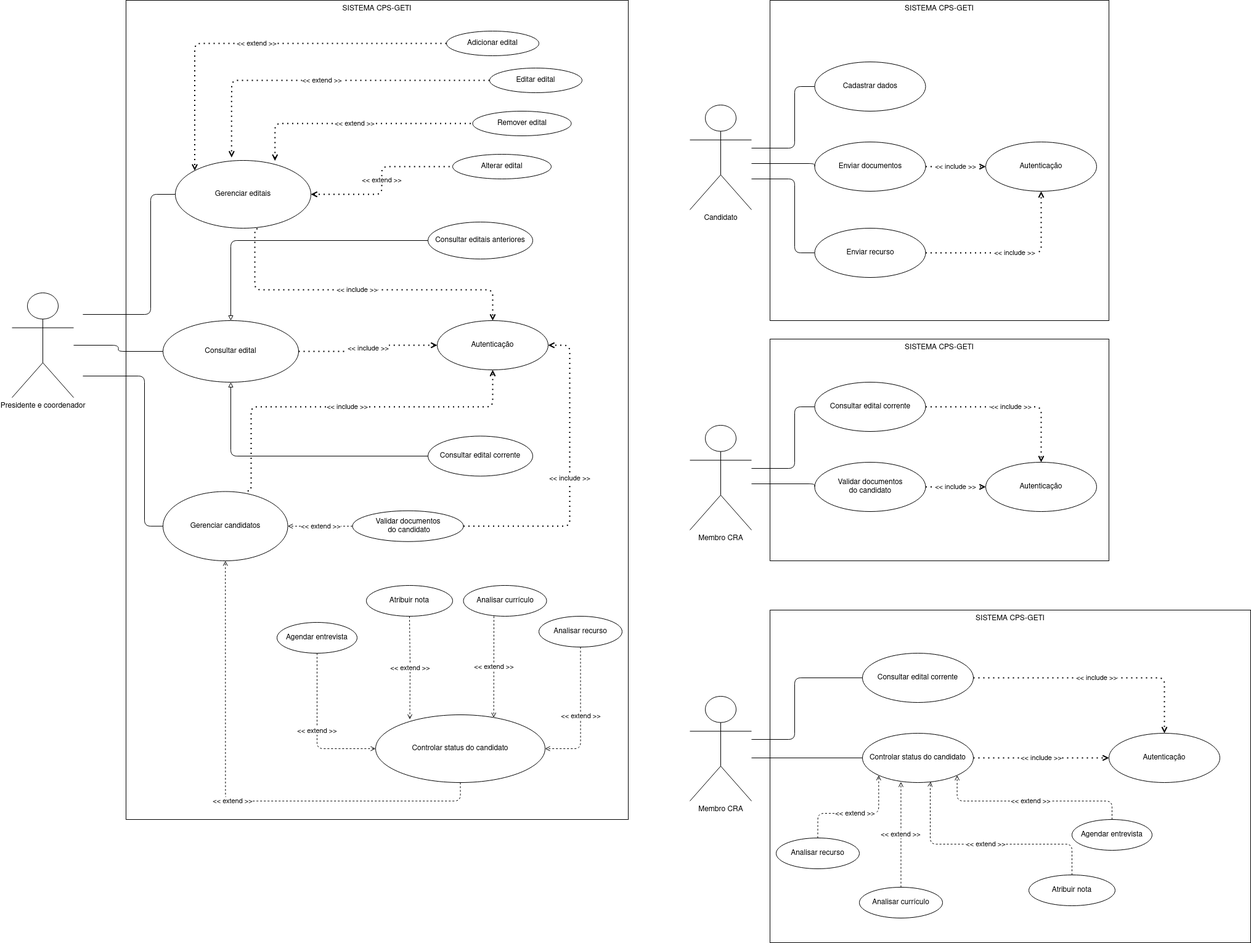
Piton-Fatec/cps-geti keeps this draw.io diagram as diagrams/use-case.png. Above is the earlier version. Source tidied: cells renumbered, new cells last; positions are measured from the earlier drawing's top-left corner, leaving out a move shared by most shapes.
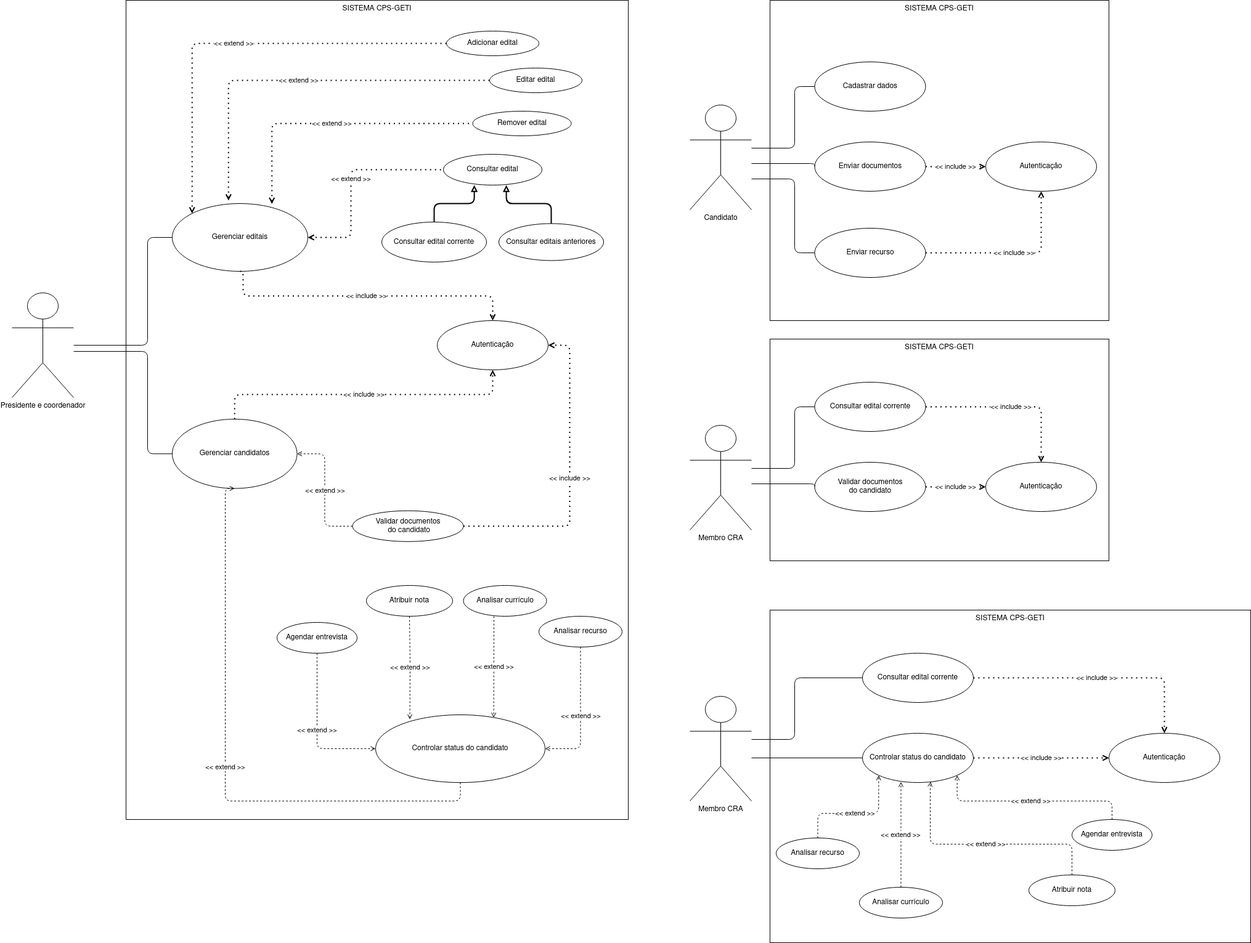
After the change.

Commit message:
requisitos funcionais e não funcionais

Diff of the diagram source:
```diff
@@ -15,7 +15,7 @@
       <mxGeometry y="475" width="100" height="170" as="geometry" />
     </mxCell>
     <mxCell id="6" value="&lt;div&gt;Gerenciar editais&lt;/div&gt;" style="ellipse;whiteSpace=wrap;html=1;" parent="1" vertex="1">
-      <mxGeometry x="265" y="260" width="220" height="110" as="geometry" />
+      <mxGeometry x="260" y="330" width="220" height="110" as="geometry" />
     </mxCell>
     <mxCell id="7" value="Editar edital" style="ellipse;whiteSpace=wrap;html=1;" parent="1" vertex="1">
       <mxGeometry x="775" y="110" width="150" height="40" as="geometry" />
@@ -23,17 +23,8 @@
     <mxCell id="8" value="Remover edital" style="ellipse;whiteSpace=wrap;html=1;" parent="1" vertex="1">
       <mxGeometry x="747.5" y="180" width="160" height="40" as="geometry" />
     </mxCell>
-    <mxCell id="9" style="endArrow=none;html=1;entryX=0;entryY=0.5;entryDx=0;entryDy=0;edgeStyle=orthogonalEdgeStyle;" parent="1" edge="1" target="6">
-      <mxGeometry relative="1" as="geometry">
-        <mxPoint x="115" y="510" as="sourcePoint" />
-        <Array as="points">
-          <mxPoint x="225" y="510" />
-          <mxPoint x="225" y="315" />
-        </Array>
-      </mxGeometry>
-    </mxCell>
     <mxCell id="10" value="&lt;div&gt;Consultar edital&lt;/div&gt;" style="ellipse;whiteSpace=wrap;html=1;" parent="1" vertex="1">
-      <mxGeometry x="245" y="520" width="220" height="100" as="geometry" />
+      <mxGeometry x="700" y="250" width="160" height="50" as="geometry" />
     </mxCell>
     <mxCell id="11" value="&lt;div&gt;Validar documentos&lt;/div&gt;&amp;nbsp;do candidato" style="ellipse;whiteSpace=wrap;html=1;" parent="1" vertex="1">
       <mxGeometry x="552.5" y="828.8" width="180" height="50" as="geometry" />
@@ -44,33 +35,14 @@
     <mxCell id="13" value="&amp;lt;&amp;lt; extend &amp;gt;&amp;gt;" style="endArrow=none;dashed=1;html=1;dashPattern=1 3;strokeWidth=2;entryX=0;entryY=0.5;entryDx=0;entryDy=0;exitX=0.735;exitY=0.005;exitDx=0;exitDy=0;endFill=0;startArrow=open;startFill=0;edgeStyle=orthogonalEdgeStyle;exitPerimeter=0;" parent="1" edge="1" source="6" target="8">
       <mxGeometry relative="1" as="geometry" />
     </mxCell>
-    <mxCell id="14" value="Alterar edital" style="ellipse;whiteSpace=wrap;html=1;" parent="1" vertex="1">
-      <mxGeometry x="715" y="250" width="160" height="40" as="geometry" />
-    </mxCell>
-    <mxCell id="15" value="&amp;lt;&amp;lt; extend &amp;gt;&amp;gt;" style="endArrow=none;dashed=1;html=1;dashPattern=1 3;strokeWidth=2;entryX=0;entryY=0.5;entryDx=0;entryDy=0;exitX=1;exitY=0.5;exitDx=0;exitDy=0;endFill=0;startArrow=open;startFill=0;edgeStyle=orthogonalEdgeStyle;" parent="1" edge="1" source="6" target="14">
-      <mxGeometry relative="1" as="geometry" />
-    </mxCell>
     <mxCell id="16" value="&lt;div&gt;Consultar edital corrente&lt;br&gt;&lt;/div&gt;" style="ellipse;whiteSpace=wrap;html=1;" parent="1" vertex="1">
-      <mxGeometry x="675" y="707.5" width="170" height="65" as="geometry" />
+      <mxGeometry x="600" y="360" width="170" height="65" as="geometry" />
     </mxCell>
     <mxCell id="17" value="&lt;div&gt;Consultar editais anteriores&lt;br&gt;&lt;/div&gt;" style="ellipse;whiteSpace=wrap;html=1;" parent="1" vertex="1">
-      <mxGeometry x="675" y="360" width="170" height="60" as="geometry" />
+      <mxGeometry x="790" y="362.5" width="170" height="60" as="geometry" />
     </mxCell>
-    <mxCell id="18" style="endArrow=none;html=1;entryX=0;entryY=0.5;entryDx=0;entryDy=0;edgeStyle=orthogonalEdgeStyle;" parent="1" edge="1" source="5" target="10">
-      <mxGeometry relative="1" as="geometry" />
-    </mxCell>
-    <mxCell id="19" style="endArrow=block;html=1;exitX=0;exitY=0.5;exitDx=0;exitDy=0;entryX=0.5;entryY=1;entryDx=0;entryDy=0;endFill=0;edgeStyle=orthogonalEdgeStyle;" parent="1" edge="1" source="16" target="10">
-      <mxGeometry relative="1" as="geometry" />
-    </mxCell>
-    <mxCell id="20" style="endArrow=block;html=1;exitX=0;exitY=0.5;exitDx=0;exitDy=0;entryX=0.5;entryY=0;entryDx=0;entryDy=0;endFill=0;edgeStyle=orthogonalEdgeStyle;" parent="1" edge="1" source="17" target="10">
-      <mxGeometry relative="1" as="geometry">
-        <Array as="points">
-          <mxPoint x="355" y="390" />
-        </Array>
-      </mxGeometry>
-    </mxCell>
     <mxCell id="21" value="Gerenciar candidatos" style="ellipse;whiteSpace=wrap;html=1;" parent="1" vertex="1">
-      <mxGeometry x="245" y="797.5" width="202.5" height="112.5" as="geometry" />
+      <mxGeometry x="260" y="680" width="202.5" height="112.5" as="geometry" />
     </mxCell>
     <mxCell id="22" value="Analisar currículo" style="ellipse;whiteSpace=wrap;html=1;" parent="1" vertex="1">
       <mxGeometry x="732.5" y="950" width="135" height="50" as="geometry" />
@@ -84,15 +56,6 @@
     <mxCell id="25" value="Atribuir nota" style="ellipse;whiteSpace=wrap;html=1;" parent="1" vertex="1">
       <mxGeometry x="575" y="950" width="140" height="50" as="geometry" />
     </mxCell>
-    <mxCell id="26" style="endArrow=none;html=1;entryX=0;entryY=0.5;entryDx=0;entryDy=0;edgeStyle=orthogonalEdgeStyle;" parent="1" edge="1" target="21">
-      <mxGeometry relative="1" as="geometry">
-        <mxPoint x="115" y="610" as="sourcePoint" />
-        <Array as="points">
-          <mxPoint x="215" y="610" />
-          <mxPoint x="215" y="854" />
-        </Array>
-      </mxGeometry>
-    </mxCell>
     <mxCell id="27" value="&amp;lt;&amp;lt; extend &amp;gt;&amp;gt;" style="endArrow=open;html=1;exitX=0;exitY=0.5;exitDx=0;exitDy=0;endFill=0;edgeStyle=orthogonalEdgeStyle;entryX=1;entryY=0.5;entryDx=0;entryDy=0;dashed=1;" parent="1" edge="1" source="11" target="21">
       <mxGeometry relative="1" as="geometry" />
     </mxCell>
@@ -105,25 +68,14 @@
     <mxCell id="30" value="Autenticação" style="ellipse;whiteSpace=wrap;html=1;" parent="1" vertex="1">
       <mxGeometry x="690" y="520" width="180" height="80" as="geometry" />
     </mxCell>
-    <mxCell id="31" value="&amp;lt;&amp;lt; include &amp;gt;&amp;gt;" style="endArrow=open;dashed=1;html=1;dashPattern=1 3;strokeWidth=2;entryX=0.5;entryY=1;entryDx=0;entryDy=0;endFill=0;startArrow=none;startFill=0;edgeStyle=orthogonalEdgeStyle;exitX=0.678;exitY=-0.009;exitDx=0;exitDy=0;exitPerimeter=0;" parent="1" edge="1" source="21" target="30">
+    <mxCell id="31" value="&amp;lt;&amp;lt; include &amp;gt;&amp;gt;" style="endArrow=open;dashed=1;html=1;dashPattern=1 3;strokeWidth=2;entryX=0.5;entryY=1;entryDx=0;entryDy=0;endFill=0;startArrow=none;startFill=0;edgeStyle=orthogonalEdgeStyle;exitX=0.5;exitY=0;exitDx=0;exitDy=0;" parent="1" edge="1" source="21" target="30">
       <mxGeometry relative="1" as="geometry">
         <Array as="points">
-          <mxPoint x="388" y="660" />
-          <mxPoint x="780" y="660" />
+          <mxPoint x="361" y="640" />
+          <mxPoint x="780" y="640" />
         </Array>
       </mxGeometry>
     </mxCell>
-    <mxCell id="32" value="&amp;lt;&amp;lt; include &amp;gt;&amp;gt;" style="endArrow=open;dashed=1;html=1;dashPattern=1 3;strokeWidth=2;entryX=0.5;entryY=0;entryDx=0;entryDy=0;endFill=0;startArrow=none;startFill=0;exitX=0.607;exitY=1.009;exitDx=0;exitDy=0;exitPerimeter=0;edgeStyle=orthogonalEdgeStyle;" parent="1" edge="1" source="6" target="30">
-      <mxGeometry relative="1" as="geometry">
-        <Array as="points">
-          <mxPoint x="394" y="470" />
-          <mxPoint x="780" y="470" />
-        </Array>
-      </mxGeometry>
-    </mxCell>
-    <mxCell id="33" value="&amp;lt;&amp;lt; include &amp;gt;&amp;gt;" style="endArrow=open;dashed=1;html=1;dashPattern=1 3;strokeWidth=2;entryX=0;entryY=0.5;entryDx=0;entryDy=0;endFill=0;startArrow=none;startFill=0;exitX=1;exitY=0.5;exitDx=0;exitDy=0;edgeStyle=orthogonalEdgeStyle;" parent="1" edge="1" source="10" target="30">
-      <mxGeometry relative="1" as="geometry" />
-    </mxCell>
     <mxCell id="34" value="&amp;lt;&amp;lt; extend &amp;gt;&amp;gt;" style="endArrow=open;html=1;exitX=0.5;exitY=1;exitDx=0;exitDy=0;endFill=0;edgeStyle=orthogonalEdgeStyle;dashed=1;entryX=0.202;entryY=0.067;entryDx=0;entryDy=0;entryPerimeter=0;" parent="1" edge="1" source="25" target="23">
       <mxGeometry relative="1" as="geometry">
         <Array as="points">
@@ -329,5 +281,56 @@
         </Array>
       </mxGeometry>
     </mxCell>
+    <mxCell id="32" value="&amp;lt;&amp;lt; include &amp;gt;&amp;gt;" style="endArrow=open;dashed=1;html=1;dashPattern=1 3;strokeWidth=2;entryX=0.5;entryY=0;entryDx=0;entryDy=0;endFill=0;startArrow=none;startFill=0;exitX=0.5;exitY=1;exitDx=0;exitDy=0;edgeStyle=orthogonalEdgeStyle;" parent="1" edge="1" source="6" target="30">
+      <mxGeometry relative="1" as="geometry">
+        <Array as="points">
+          <mxPoint x="375" y="440" />
+          <mxPoint x="375" y="480" />
+          <mxPoint x="780" y="480" />
+        </Array>
+      </mxGeometry>
+    </mxCell>
+    <mxCell id="15" value="&amp;lt;&amp;lt; extend &amp;gt;&amp;gt;" style="endArrow=none;dashed=1;html=1;dashPattern=1 3;strokeWidth=2;exitX=1;exitY=0.5;exitDx=0;exitDy=0;endFill=0;startArrow=open;startFill=0;edgeStyle=orthogonalEdgeStyle;entryX=0;entryY=0.5;entryDx=0;entryDy=0;" parent="1" edge="1" source="6" target="10">
+      <mxGeometry relative="1" as="geometry">
+        <Array as="points">
+          <mxPoint x="550" y="385" />
+          <mxPoint x="550" y="275" />
+        </Array>
+      </mxGeometry>
+    </mxCell>
+    <mxCell id="76" style="endArrow=none;html=1;strokeWidth=2;endFill=0;startArrow=block;startFill=0;edgeStyle=orthogonalEdgeStyle;entryX=0.5;entryY=0;entryDx=0;entryDy=0;exitX=0.313;exitY=1;exitDx=0;exitDy=0;exitPerimeter=0;" parent="1" edge="1" source="10" target="16">
+      <mxGeometry relative="1" as="geometry">
+        <Array as="points">
+          <mxPoint x="750" y="330" />
+          <mxPoint x="685" y="330" />
+        </Array>
+      </mxGeometry>
+    </mxCell>
+    <mxCell id="77" style="endArrow=none;html=1;strokeWidth=2;endFill=0;startArrow=block;startFill=0;edgeStyle=orthogonalEdgeStyle;entryX=0.5;entryY=0;entryDx=0;entryDy=0;exitX=0.638;exitY=1;exitDx=0;exitDy=0;exitPerimeter=0;" parent="1" edge="1" source="10" target="17">
+      <mxGeometry relative="1" as="geometry">
+        <Array as="points">
+          <mxPoint x="802" y="330" />
+          <mxPoint x="875" y="330" />
+        </Array>
+      </mxGeometry>
+    </mxCell>
+    <mxCell id="78" style="endArrow=none;html=1;edgeStyle=orthogonalEdgeStyle;entryX=0;entryY=0.5;entryDx=0;entryDy=0;" parent="1" edge="1" target="6">
+      <mxGeometry relative="1" as="geometry">
+        <mxPoint x="100" y="560" as="sourcePoint" />
+        <Array as="points">
+          <mxPoint x="220" y="560" />
+          <mxPoint x="220" y="385" />
+        </Array>
+      </mxGeometry>
+    </mxCell>
+    <mxCell id="79" style="endArrow=none;html=1;edgeStyle=orthogonalEdgeStyle;entryX=0;entryY=0.5;entryDx=0;entryDy=0;" parent="1" edge="1" target="21">
+      <mxGeometry relative="1" as="geometry">
+        <mxPoint x="100" y="570" as="sourcePoint" />
+        <Array as="points">
+          <mxPoint x="220" y="570" />
+          <mxPoint x="220" y="736" />
+        </Array>
+      </mxGeometry>
+    </mxCell>
   </root>
 </mxGraphModel>
```
